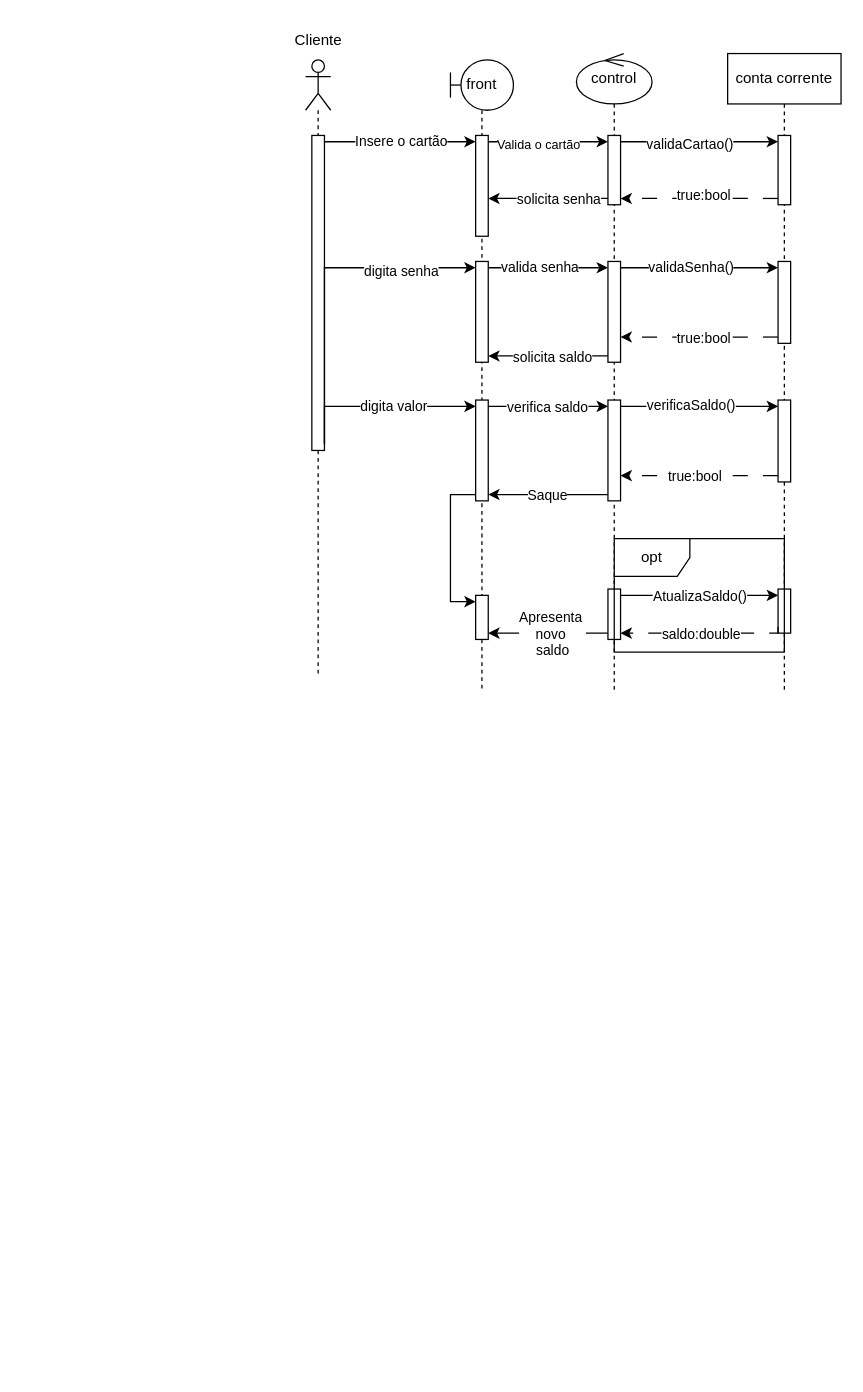
This is treinoSequenciaDiagrama.drawio from YasminGuiniver/AnaliseDeSistemas, a draw.io file, before an edit. Source tidied: cells renumbered, new cells numbered last; positions are measured from the earlier drawing's top-left corner, leaving out a move shared by most shapes. Both pictures are drawn from the tidied source at 126%, with x=0, y=0 at pixel (280, 21).
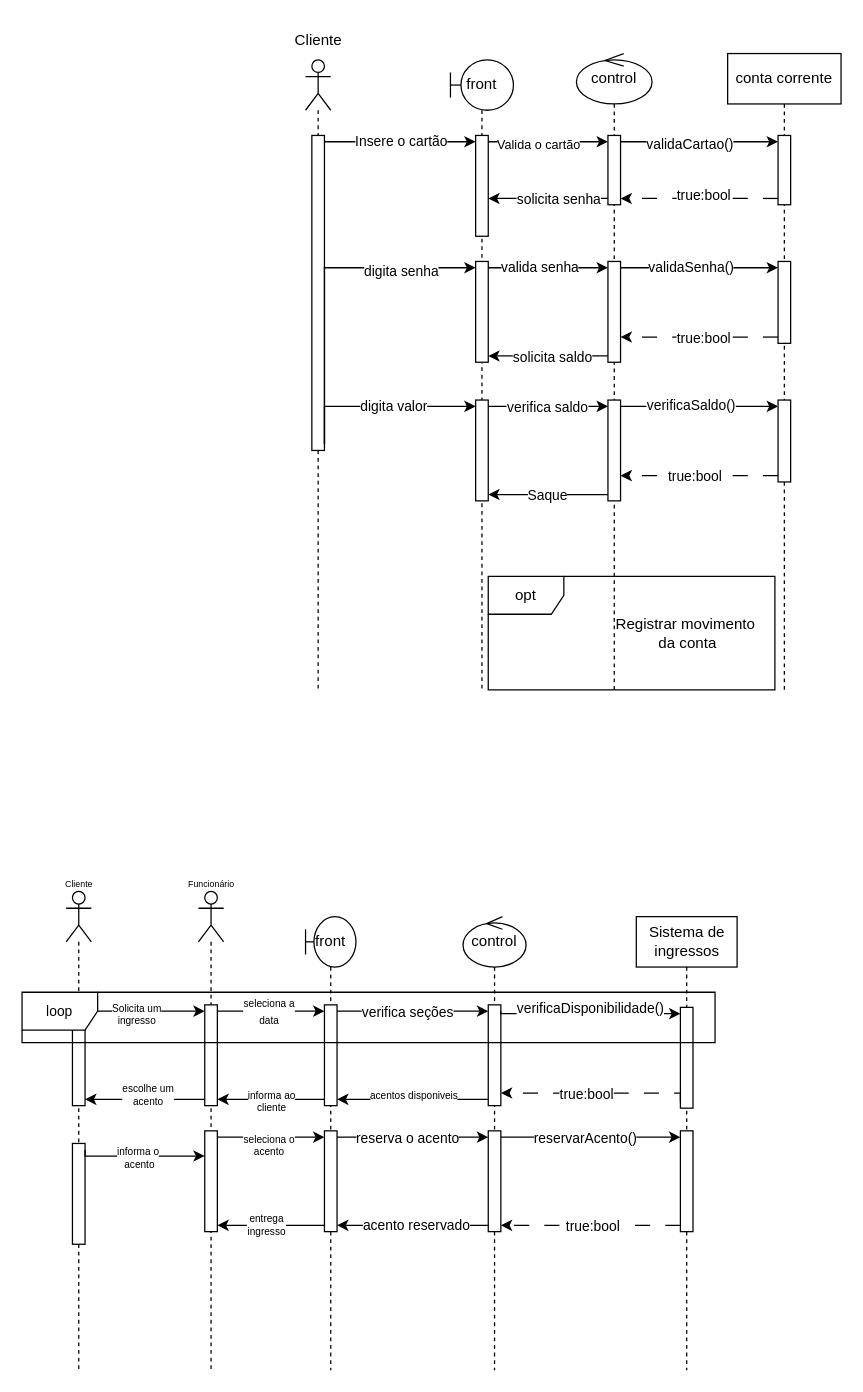
The same diagram, later.

Unchanged cells that the change refers to:
```xml
<mxCell id="6" value="front" style="shape=umlLifeline;perimeter=lifelinePerimeter;whiteSpace=wrap;html=1;newEdgeStyle={&quot;curved&quot;:0,&quot;rounded&quot;:0};participant=umlBoundary;" parent="1" vertex="1">
  <mxGeometry x="135" y="30" width="50" height="500" as="geometry" />
</mxCell>
<mxCell id="9" style="html=1;points=[[0,0,0,0,5],[0,1,0,0,-5],[1,0,0,0,5],[1,1,0,0,-5]];perimeter=orthogonalPerimeter;outlineConnect=0;targetShapes=umlLifeline;portConstraint=eastwest;newEdgeStyle={&quot;curved&quot;:0,&quot;rounded&quot;:0};" parent="6" vertex="1">
  <mxGeometry x="20" y="270" width="10" height="80" as="geometry" />
</mxCell>
<mxCell id="12" value="control" style="shape=umlLifeline;perimeter=lifelinePerimeter;whiteSpace=wrap;html=1;newEdgeStyle={&quot;curved&quot;:0,&quot;rounded&quot;:0};participant=umlControl;" parent="1" vertex="1">
  <mxGeometry x="235" y="25" width="60" height="505" as="geometry" />
</mxCell>
<mxCell id="17" value="conta corrente" style="shape=umlLifeline;perimeter=lifelinePerimeter;whiteSpace=wrap;html=1;newEdgeStyle={&quot;curved&quot;:0,&quot;rounded&quot;:0};" parent="1" vertex="1">
  <mxGeometry x="355" y="25" width="90" height="505" as="geometry" />
</mxCell>
```

Change to the diagram source:
```diff
@@
     <mxCell id="2" style="shape=umlLifeline;perimeter=lifelinePerimeter;whiteSpace=wrap;html=1;newEdgeStyle={&quot;curved&quot;:0,&quot;rounded&quot;:0};participant=umlActor;" parent="1" vertex="1">
-      <mxGeometry x="20" y="30" width="20" height="490" as="geometry" />
+      <mxGeometry x="20" y="30" width="20" height="500" as="geometry" />
     </mxCell>
@@
-    <mxCell id="10" style="html=1;points=[[0,0,0,0,5],[0,1,0,0,-5],[1,0,0,0,5],[1,1,0,0,-5]];perimeter=orthogonalPerimeter;outlineConnect=0;targetShapes=umlLifeline;portConstraint=eastwest;newEdgeStyle={&quot;curved&quot;:0,&quot;rounded&quot;:0};" parent="6" vertex="1">
-      <mxGeometry x="20" y="425" width="10" height="35" as="geometry" />
-    </mxCell>
-    <mxCell id="11" style="edgeStyle=orthogonalEdgeStyle;rounded=0;jettySize=auto;html=1;curved=0;exitX=0;exitY=1;exitDx=0;exitDy=-5;exitPerimeter=0;entryX=0;entryY=0;entryDx=0;entryDy=5;entryPerimeter=0;" parent="6" edge="1" source="9" target="10">
-      <mxGeometry relative="1" as="geometry" />
-    </mxCell>
@@
-    <mxCell id="16" style="html=1;points=[[0,0,0,0,5],[0,1,0,0,-5],[1,0,0,0,5],[1,1,0,0,-5]];perimeter=orthogonalPerimeter;outlineConnect=0;targetShapes=umlLifeline;portConstraint=eastwest;newEdgeStyle={&quot;curved&quot;:0,&quot;rounded&quot;:0};" parent="12" vertex="1">
-      <mxGeometry x="25" y="425" width="10" height="40" as="geometry" />
-    </mxCell>
@@
-    <mxCell id="21" style="html=1;points=[[0,0,0,0,5],[0,1,0,0,-5],[1,0,0,0,5],[1,1,0,0,-5]];perimeter=orthogonalPerimeter;outlineConnect=0;targetShapes=umlLifeline;portConstraint=eastwest;newEdgeStyle={&quot;curved&quot;:0,&quot;rounded&quot;:0};" parent="17" vertex="1">
-      <mxGeometry x="40" y="425" width="10" height="35" as="geometry" />
-    </mxCell>
@@
     <mxCell id="51" value="opt" style="shape=umlFrame;whiteSpace=wrap;html=1;" parent="1" vertex="1">
-      <mxGeometry x="265" y="410" width="135" height="90" as="geometry" />
+      <mxGeometry x="165" y="440" width="227.5" height="90" as="geometry" />
     </mxCell>
-    <mxCell id="52" style="edgeStyle=orthogonalEdgeStyle;rounded=0;jettySize=auto;html=1;curved=0;exitX=0;exitY=1;exitDx=0;exitDy=-5;exitPerimeter=0;entryX=1;entryY=1;entryDx=0;entryDy=-5;entryPerimeter=0;" parent="1" edge="1" source="16" target="10">
-      <mxGeometry relative="1" as="geometry" />
-    </mxCell>
-    <mxCell id="53" value="Apresenta&amp;nbsp;&lt;div&gt;novo&amp;nbsp;&lt;div&gt;saldo&lt;/div&gt;&lt;/div&gt;" style="edgeLabel;html=1;align=center;verticalAlign=middle;" parent="52" vertex="1">
-      <mxGeometry x="0.17" y="-2" relative="1" as="geometry">
-        <mxPoint x="11" y="2" as="offset" />
-      </mxGeometry>
-    </mxCell>
-    <mxCell id="54" style="edgeStyle=orthogonalEdgeStyle;rounded=0;jettySize=auto;html=1;curved=0;exitX=1;exitY=0;exitDx=0;exitDy=5;exitPerimeter=0;entryX=0;entryY=0;entryDx=0;entryDy=5;entryPerimeter=0;" parent="1" edge="1" source="16" target="21">
-      <mxGeometry relative="1" as="geometry" />
-    </mxCell>
-    <mxCell id="55" value="AtualizaSaldo()" style="edgeLabel;html=1;align=center;verticalAlign=middle;" parent="54" vertex="1">
-      <mxGeometry x="-0.22" y="-1" relative="1" as="geometry">
-        <mxPoint x="13" y="-1" as="offset" />
-      </mxGeometry>
-    </mxCell>
-    <mxCell id="56" style="edgeStyle=orthogonalEdgeStyle;rounded=0;jettySize=auto;html=1;curved=0;exitX=0;exitY=1;exitDx=0;exitDy=-5;exitPerimeter=0;entryX=1;entryY=1;entryDx=0;entryDy=-5;entryPerimeter=0;dashed=1;dashPattern=12 12;" parent="1" edge="1" source="21" target="16">
-      <mxGeometry relative="1" as="geometry">
-        <Array as="points">
-          <mxPoint x="395" y="485" />
-        </Array>
-      </mxGeometry>
-    </mxCell>
-    <mxCell id="57" value="saldo:double" style="edgeLabel;html=1;align=center;verticalAlign=middle;" parent="56" vertex="1">
-      <mxGeometry x="-0.29" y="-1" relative="1" as="geometry">
-        <mxPoint x="-21" y="1" as="offset" />
-      </mxGeometry>
-    </mxCell>
+    <mxCell id="58" value="Registrar movimento&amp;nbsp;&lt;div&gt;da conta&lt;/div&gt;" style="text;html=1;align=center;verticalAlign=middle;strokeColor=none;fillColor=none;" parent="1" vertex="1">
+      <mxGeometry x="252.5" y="465" width="140" height="40" as="geometry" />
+    </mxCell>
+    <mxCell id="59" style="shape=umlLifeline;perimeter=lifelinePerimeter;whiteSpace=wrap;html=1;newEdgeStyle={&quot;curved&quot;:0,&quot;rounded&quot;:0};participant=umlActor;" parent="1" vertex="1">
+      <mxGeometry x="-170" y="690" width="20" height="380" as="geometry" />
+    </mxCell>
+    <mxCell id="60" style="html=1;points=[[0,0,0,0,5],[0,1,0,0,-5],[1,0,0,0,5],[1,1,0,0,-5]];perimeter=orthogonalPerimeter;outlineConnect=0;targetShapes=umlLifeline;portConstraint=eastwest;newEdgeStyle={&quot;curved&quot;:0,&quot;rounded&quot;:0};" parent="59" vertex="1">
+      <mxGeometry x="5" y="90" width="10" height="80" as="geometry" />
+    </mxCell>
+    <mxCell id="61" style="html=1;points=[[0,0,0,0,5],[0,1,0,0,-5],[1,0,0,0,5],[1,1,0,0,-5]];perimeter=orthogonalPerimeter;outlineConnect=0;targetShapes=umlLifeline;portConstraint=eastwest;newEdgeStyle={&quot;curved&quot;:0,&quot;rounded&quot;:0};" parent="59" vertex="1">
+      <mxGeometry x="5" y="200" width="10" height="80" as="geometry" />
+    </mxCell>
+    <mxCell id="62" style="shape=umlLifeline;perimeter=lifelinePerimeter;whiteSpace=wrap;html=1;newEdgeStyle={&quot;curved&quot;:0,&quot;rounded&quot;:0};participant=umlActor;" parent="1" vertex="1">
+      <mxGeometry x="-65" y="690" width="20" height="380" as="geometry" />
+    </mxCell>
+    <mxCell id="63" style="html=1;points=[[0,0,0,0,5],[0,1,0,0,-5],[1,0,0,0,5],[1,1,0,0,-5]];perimeter=orthogonalPerimeter;outlineConnect=0;targetShapes=umlLifeline;portConstraint=eastwest;newEdgeStyle={&quot;curved&quot;:0,&quot;rounded&quot;:0};" parent="62" vertex="1">
+      <mxGeometry x="5" y="90" width="10" height="80" as="geometry" />
+    </mxCell>
+    <mxCell id="64" style="html=1;points=[[0,0,0,0,5],[0,1,0,0,-5],[1,0,0,0,5],[1,1,0,0,-5]];perimeter=orthogonalPerimeter;outlineConnect=0;targetShapes=umlLifeline;portConstraint=eastwest;newEdgeStyle={&quot;curved&quot;:0,&quot;rounded&quot;:0};" parent="62" vertex="1">
+      <mxGeometry x="5" y="190" width="10" height="80" as="geometry" />
+    </mxCell>
+    <mxCell id="65" value="&lt;font style=&quot;font-size: 7px;&quot;&gt;Cliente&lt;/font&gt;" style="text;html=1;align=center;verticalAlign=middle;strokeColor=none;fillColor=none;" parent="1" vertex="1">
+      <mxGeometry x="-185" y="668" width="50" height="30" as="geometry" />
+    </mxCell>
+    <mxCell id="66" value="&lt;font style=&quot;font-size: 7px;&quot;&gt;Funcionário&lt;/font&gt;" style="text;html=1;align=center;verticalAlign=middle;strokeColor=none;fillColor=none;" parent="1" vertex="1">
+      <mxGeometry x="-85" y="668" width="60" height="30" as="geometry" />
+    </mxCell>
+    <mxCell id="67" value="front" style="shape=umlLifeline;perimeter=lifelinePerimeter;whiteSpace=wrap;html=1;newEdgeStyle={&quot;curved&quot;:0,&quot;rounded&quot;:0};participant=umlBoundary;" parent="1" vertex="1">
+      <mxGeometry x="20" y="710" width="40" height="360" as="geometry" />
+    </mxCell>
+    <mxCell id="68" style="html=1;points=[[0,0,0,0,5],[0,1,0,0,-5],[1,0,0,0,5],[1,1,0,0,-5]];perimeter=orthogonalPerimeter;outlineConnect=0;targetShapes=umlLifeline;portConstraint=eastwest;newEdgeStyle={&quot;curved&quot;:0,&quot;rounded&quot;:0};" parent="67" vertex="1">
+      <mxGeometry x="15" y="70" width="10" height="80" as="geometry" />
+    </mxCell>
+    <mxCell id="69" style="html=1;points=[[0,0,0,0,5],[0,1,0,0,-5],[1,0,0,0,5],[1,1,0,0,-5]];perimeter=orthogonalPerimeter;outlineConnect=0;targetShapes=umlLifeline;portConstraint=eastwest;newEdgeStyle={&quot;curved&quot;:0,&quot;rounded&quot;:0};" parent="67" vertex="1">
+      <mxGeometry x="15" y="170" width="10" height="80" as="geometry" />
+    </mxCell>
+    <mxCell id="70" value="control" style="shape=umlLifeline;perimeter=lifelinePerimeter;whiteSpace=wrap;html=1;newEdgeStyle={&quot;curved&quot;:0,&quot;rounded&quot;:0};participant=umlControl;" parent="1" vertex="1">
+      <mxGeometry x="145" y="710" width="50" height="360" as="geometry" />
+    </mxCell>
+    <mxCell id="71" style="html=1;points=[[0,0,0,0,5],[0,1,0,0,-5],[1,0,0,0,5],[1,1,0,0,-5]];perimeter=orthogonalPerimeter;outlineConnect=0;targetShapes=umlLifeline;portConstraint=eastwest;newEdgeStyle={&quot;curved&quot;:0,&quot;rounded&quot;:0};" parent="70" vertex="1">
+      <mxGeometry x="20" y="70" width="10" height="80" as="geometry" />
+    </mxCell>
+    <mxCell id="72" style="html=1;points=[[0,0,0,0,5],[0,1,0,0,-5],[1,0,0,0,5],[1,1,0,0,-5]];perimeter=orthogonalPerimeter;outlineConnect=0;targetShapes=umlLifeline;portConstraint=eastwest;newEdgeStyle={&quot;curved&quot;:0,&quot;rounded&quot;:0};" parent="70" vertex="1">
+      <mxGeometry x="20" y="170" width="10" height="80" as="geometry" />
+    </mxCell>
+    <mxCell id="73" value="Sistema de&lt;div&gt;ingressos&lt;/div&gt;" style="shape=umlLifeline;perimeter=lifelinePerimeter;whiteSpace=wrap;html=1;newEdgeStyle={&quot;curved&quot;:0,&quot;rounded&quot;:0};" parent="1" vertex="1">
+      <mxGeometry x="282.5" y="710" width="80" height="360" as="geometry" />
+    </mxCell>
+    <mxCell id="74" style="html=1;points=[[0,0,0,0,5],[0,1,0,0,-5],[1,0,0,0,5],[1,1,0,0,-5]];perimeter=orthogonalPerimeter;outlineConnect=0;targetShapes=umlLifeline;portConstraint=eastwest;newEdgeStyle={&quot;curved&quot;:0,&quot;rounded&quot;:0};" parent="73" vertex="1">
+      <mxGeometry x="35" y="72" width="10" height="80" as="geometry" />
+    </mxCell>
+    <mxCell id="75" style="html=1;points=[[0,0,0,0,5],[0,1,0,0,-5],[1,0,0,0,5],[1,1,0,0,-5]];perimeter=orthogonalPerimeter;outlineConnect=0;targetShapes=umlLifeline;portConstraint=eastwest;newEdgeStyle={&quot;curved&quot;:0,&quot;rounded&quot;:0};" parent="73" vertex="1">
+      <mxGeometry x="35" y="170" width="10" height="80" as="geometry" />
+    </mxCell>
+    <mxCell id="76" style="edgeStyle=orthogonalEdgeStyle;rounded=0;jettySize=auto;html=1;curved=0;exitX=1;exitY=0;exitDx=0;exitDy=5;exitPerimeter=0;entryX=0;entryY=0;entryDx=0;entryDy=5;entryPerimeter=0;" parent="1" edge="1" source="60" target="63">
+      <mxGeometry relative="1" as="geometry" />
+    </mxCell>
+    <mxCell id="77" value="&lt;font style=&quot;font-size: 8px;&quot;&gt;Solicita um&lt;/font&gt;&lt;div style=&quot;font-size: 8px;&quot;&gt;&lt;font style=&quot;font-size: 8px;&quot;&gt;ingresso&lt;/font&gt;&lt;/div&gt;" style="edgeLabel;html=1;align=center;verticalAlign=middle;" parent="76" vertex="1">
+      <mxGeometry x="-0.29" y="-1" relative="1" as="geometry">
+        <mxPoint x="6" as="offset" />
+      </mxGeometry>
+    </mxCell>
+    <mxCell id="78" style="edgeStyle=orthogonalEdgeStyle;rounded=0;jettySize=auto;html=1;curved=0;exitX=1;exitY=0;exitDx=0;exitDy=5;exitPerimeter=0;entryX=0;entryY=0;entryDx=0;entryDy=5;entryPerimeter=0;" parent="1" edge="1" source="63" target="68">
+      <mxGeometry relative="1" as="geometry" />
+    </mxCell>
+    <mxCell id="79" value="&lt;span style=&quot;font-size: 8px;&quot;&gt;seleciona a&lt;/span&gt;&lt;div&gt;&lt;span style=&quot;font-size: 8px;&quot;&gt;data&lt;/span&gt;&lt;/div&gt;" style="edgeLabel;html=1;align=center;verticalAlign=middle;" parent="78" vertex="1">
+      <mxGeometry x="-0.35" y="1" relative="1" as="geometry">
+        <mxPoint x="12" as="offset" />
+      </mxGeometry>
+    </mxCell>
+    <mxCell id="80" style="edgeStyle=orthogonalEdgeStyle;rounded=0;jettySize=auto;html=1;curved=0;exitX=1;exitY=0;exitDx=0;exitDy=5;exitPerimeter=0;entryX=0;entryY=0;entryDx=0;entryDy=5;entryPerimeter=0;" parent="1" edge="1" source="68" target="71">
+      <mxGeometry relative="1" as="geometry" />
+    </mxCell>
+    <mxCell id="81" value="verifica seções" style="edgeLabel;html=1;align=center;verticalAlign=middle;" parent="80" vertex="1">
+      <mxGeometry x="-0.08" relative="1" as="geometry" />
+    </mxCell>
+    <mxCell id="82" style="edgeStyle=orthogonalEdgeStyle;rounded=0;jettySize=auto;html=1;curved=0;exitX=1;exitY=0;exitDx=0;exitDy=5;exitPerimeter=0;entryX=0;entryY=0;entryDx=0;entryDy=5;entryPerimeter=0;" parent="1" edge="1" source="71" target="74">
+      <mxGeometry relative="1" as="geometry">
+        <Array as="points">
+          <mxPoint x="175" y="787" />
+        </Array>
+      </mxGeometry>
+    </mxCell>
+    <mxCell id="83" value="verificaDisponibilidade()" style="edgeLabel;html=1;align=center;verticalAlign=middle;" parent="82" vertex="1">
+      <mxGeometry x="-0.1" y="1" relative="1" as="geometry">
+        <mxPoint x="7" y="-4" as="offset" />
+      </mxGeometry>
+    </mxCell>
+    <mxCell id="84" style="edgeStyle=orthogonalEdgeStyle;rounded=0;jettySize=auto;html=1;curved=0;exitX=0;exitY=1;exitDx=0;exitDy=-5;exitPerimeter=0;dashed=1;dashPattern=12 12;" parent="1" edge="1" source="74">
+      <mxGeometry relative="1" as="geometry">
+        <mxPoint x="175" y="850" as="targetPoint" />
+        <Array as="points">
+          <mxPoint x="317" y="850" />
+        </Array>
+      </mxGeometry>
+    </mxCell>
+    <mxCell id="85" value="true:bool" style="edgeLabel;html=1;align=center;verticalAlign=middle;" parent="84" vertex="1">
+      <mxGeometry x="0.1" relative="1" as="geometry" />
+    </mxCell>
+    <mxCell id="86" style="edgeStyle=orthogonalEdgeStyle;rounded=0;jettySize=auto;html=1;curved=0;exitX=0;exitY=1;exitDx=0;exitDy=-5;exitPerimeter=0;entryX=1;entryY=1;entryDx=0;entryDy=-5;entryPerimeter=0;" parent="1" edge="1" source="71" target="68">
+      <mxGeometry relative="1" as="geometry" />
+    </mxCell>
+    <mxCell id="87" value="&lt;font style=&quot;font-size: 8px;&quot;&gt;acentos disponiveis&lt;/font&gt;" style="edgeLabel;html=1;align=center;verticalAlign=middle;" parent="86" vertex="1">
+      <mxGeometry x="0.15" y="-1" relative="1" as="geometry">
+        <mxPoint x="9" y="-4" as="offset" />
+      </mxGeometry>
+    </mxCell>
+    <mxCell id="88" style="edgeStyle=orthogonalEdgeStyle;rounded=0;jettySize=auto;html=1;curved=0;exitX=0;exitY=1;exitDx=0;exitDy=-5;exitPerimeter=0;entryX=1;entryY=1;entryDx=0;entryDy=-5;entryPerimeter=0;" parent="1" edge="1" source="68" target="63">
+      <mxGeometry relative="1" as="geometry" />
+    </mxCell>
+    <mxCell id="89" value="&lt;font style=&quot;font-size: 8px;&quot;&gt;informa ao&lt;/font&gt;&lt;div style=&quot;font-size: 8px;&quot;&gt;&lt;font style=&quot;font-size: 8px;&quot;&gt;cliente&lt;/font&gt;&lt;/div&gt;" style="edgeLabel;html=1;align=center;verticalAlign=middle;" parent="88" vertex="1">
+      <mxGeometry x="0.01" relative="1" as="geometry" />
+    </mxCell>
+    <mxCell id="90" style="edgeStyle=orthogonalEdgeStyle;rounded=0;jettySize=auto;html=1;curved=0;exitX=0;exitY=1;exitDx=0;exitDy=-5;exitPerimeter=0;entryX=1;entryY=1;entryDx=0;entryDy=-5;entryPerimeter=0;" parent="1" edge="1" source="63" target="60">
+      <mxGeometry relative="1" as="geometry" />
+    </mxCell>
+    <mxCell id="91" value="&lt;font style=&quot;font-size: 8px;&quot;&gt;escolhe um&lt;/font&gt;&lt;div style=&quot;font-size: 8px;&quot;&gt;&lt;font style=&quot;font-size: 8px;&quot;&gt;acento&lt;/font&gt;&lt;/div&gt;" style="edgeLabel;html=1;align=center;verticalAlign=middle;" parent="90" vertex="1">
+      <mxGeometry x="0.17" relative="1" as="geometry">
+        <mxPoint x="10" y="-5" as="offset" />
+      </mxGeometry>
+    </mxCell>
+    <mxCell id="92" style="edgeStyle=orthogonalEdgeStyle;rounded=0;jettySize=auto;html=1;curved=0;exitX=1;exitY=0;exitDx=0;exitDy=5;exitPerimeter=0;" parent="1" edge="1" source="61" target="64">
+      <mxGeometry relative="1" as="geometry">
+        <Array as="points">
+          <mxPoint x="-155" y="900" />
+        </Array>
+      </mxGeometry>
+    </mxCell>
+    <mxCell id="93" value="&lt;font style=&quot;font-size: 8px;&quot;&gt;informa o&lt;/font&gt;&lt;div style=&quot;font-size: 8px;&quot;&gt;&lt;font style=&quot;font-size: 8px;&quot;&gt;&amp;nbsp;acento&lt;/font&gt;&lt;/div&gt;" style="edgeLabel;html=1;align=center;verticalAlign=middle;" parent="92" vertex="1">
+      <mxGeometry x="-0.09" relative="1" as="geometry" />
+    </mxCell>
+    <mxCell id="94" style="edgeStyle=orthogonalEdgeStyle;rounded=0;jettySize=auto;html=1;curved=0;exitX=1;exitY=0;exitDx=0;exitDy=5;exitPerimeter=0;entryX=0;entryY=0;entryDx=0;entryDy=5;entryPerimeter=0;" parent="1" edge="1" source="64" target="69">
+      <mxGeometry relative="1" as="geometry" />
+    </mxCell>
+    <mxCell id="95" value="&lt;font style=&quot;font-size: 8px;&quot;&gt;seleciona o&lt;/font&gt;&lt;div style=&quot;font-size: 8px;&quot;&gt;&lt;font style=&quot;font-size: 8px;&quot;&gt;acento&lt;/font&gt;&lt;/div&gt;" style="edgeLabel;html=1;align=center;verticalAlign=middle;" parent="94" vertex="1">
+      <mxGeometry x="-0.21" y="-1" relative="1" as="geometry">
+        <mxPoint x="6" y="4" as="offset" />
+      </mxGeometry>
+    </mxCell>
+    <mxCell id="96" style="edgeStyle=orthogonalEdgeStyle;rounded=0;jettySize=auto;html=1;curved=0;exitX=1;exitY=0;exitDx=0;exitDy=5;exitPerimeter=0;entryX=0;entryY=0;entryDx=0;entryDy=5;entryPerimeter=0;" parent="1" edge="1" source="69" target="72">
+      <mxGeometry relative="1" as="geometry" />
+    </mxCell>
+    <mxCell id="97" value="reserva o acento" style="edgeLabel;html=1;align=center;verticalAlign=middle;" parent="96" vertex="1">
+      <mxGeometry x="-0.27" y="1" relative="1" as="geometry">
+        <mxPoint x="11" y="1" as="offset" />
+      </mxGeometry>
+    </mxCell>
+    <mxCell id="98" style="edgeStyle=orthogonalEdgeStyle;rounded=0;jettySize=auto;html=1;curved=0;exitX=1;exitY=0;exitDx=0;exitDy=5;exitPerimeter=0;entryX=0;entryY=0;entryDx=0;entryDy=5;entryPerimeter=0;" parent="1" edge="1" source="72" target="75">
+      <mxGeometry relative="1" as="geometry" />
+    </mxCell>
+    <mxCell id="99" value="reservarAcento()" style="edgeLabel;html=1;align=center;verticalAlign=middle;" parent="98" vertex="1">
+      <mxGeometry x="-0.24" y="1" relative="1" as="geometry">
+        <mxPoint x="12" y="1" as="offset" />
+      </mxGeometry>
+    </mxCell>
+    <mxCell id="100" style="edgeStyle=orthogonalEdgeStyle;rounded=0;jettySize=auto;html=1;curved=0;exitX=0;exitY=1;exitDx=0;exitDy=-5;exitPerimeter=0;entryX=1;entryY=1;entryDx=0;entryDy=-5;entryPerimeter=0;dashed=1;dashPattern=12 12;" parent="1" edge="1" source="75" target="72">
+      <mxGeometry relative="1" as="geometry" />
+    </mxCell>
+    <mxCell id="101" value="true:bool" style="edgeLabel;html=1;align=center;verticalAlign=middle;" parent="100" vertex="1">
+      <mxGeometry x="-0.02" relative="1" as="geometry" />
+    </mxCell>
+    <mxCell id="102" style="edgeStyle=orthogonalEdgeStyle;rounded=0;jettySize=auto;html=1;curved=0;exitX=0;exitY=1;exitDx=0;exitDy=-5;exitPerimeter=0;entryX=1;entryY=1;entryDx=0;entryDy=-5;entryPerimeter=0;" parent="1" edge="1" source="72" target="69">
+      <mxGeometry relative="1" as="geometry" />
+    </mxCell>
+    <mxCell id="103" value="acento reservado" style="edgeLabel;html=1;align=center;verticalAlign=middle;" parent="102" vertex="1">
+      <mxGeometry x="0.16" y="1" relative="1" as="geometry">
+        <mxPoint x="12" y="-2" as="offset" />
+      </mxGeometry>
+    </mxCell>
+    <mxCell id="104" style="edgeStyle=orthogonalEdgeStyle;rounded=0;jettySize=auto;html=1;curved=0;exitX=0;exitY=1;exitDx=0;exitDy=-5;exitPerimeter=0;entryX=1;entryY=1;entryDx=0;entryDy=-5;entryPerimeter=0;" parent="1" edge="1" source="69" target="64">
+      <mxGeometry relative="1" as="geometry" />
+    </mxCell>
+    <mxCell id="105" value="&lt;font style=&quot;font-size: 8px;&quot;&gt;entrega&lt;/font&gt;&lt;div style=&quot;font-size: 8px;&quot;&gt;&lt;font style=&quot;font-size: 8px;&quot;&gt;ingresso&lt;/font&gt;&lt;/div&gt;" style="edgeLabel;html=1;align=center;verticalAlign=middle;" parent="104" vertex="1">
+      <mxGeometry x="0.1" y="-2" relative="1" as="geometry" />
+    </mxCell>
+    <mxCell id="106" value="&lt;font style=&quot;font-size: 11px;&quot;&gt;loop&lt;/font&gt;" style="shape=umlFrame;whiteSpace=wrap;html=1;" parent="1" vertex="1">
+      <mxGeometry x="-205" y="770" width="550" height="40" as="geometry" />
+    </mxCell>
```
